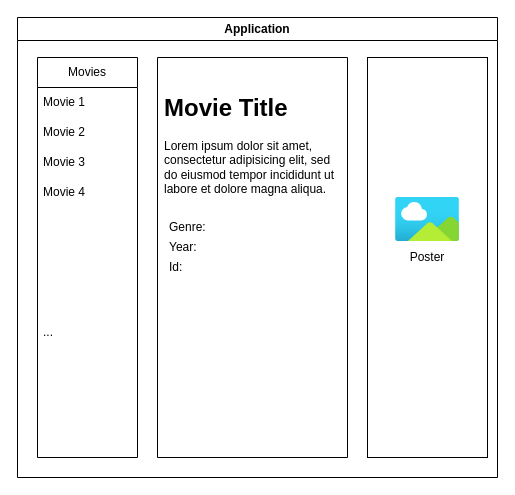
Jonathan-Funk-web/Filmkatalog-React keeps this draw.io diagram as sketch.drawio. Above is the earlier version. Source tidied: cells renumbered, new cells numbered last; positions are measured from the earlier drawing's top-left corner, leaving out a move shared by most shapes. Both pictures are drawn from the tidied source at 100%, with x=0, y=0 at pixel (17, 17).
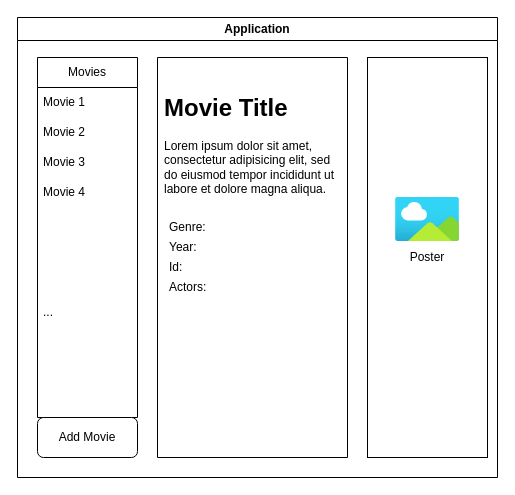
Above is the later version.

Unchanged cells that the change refers to:
```xml
<mxCell id="2" value="Application" style="swimlane;whiteSpace=wrap;html=1;" parent="1" vertex="1">
  <mxGeometry width="480" height="460" as="geometry" />
</mxCell>
<mxCell id="18" style="shape=tableRow;horizontal=0;startSize=0;swimlaneHead=0;swimlaneBody=0;strokeColor=inherit;top=0;left=0;bottom=0;right=0;fillColor=none;fontSize=16;" parent="11" vertex="1">
  <mxGeometry y="60" width="60" height="20" as="geometry" />
</mxCell>
```

What changed in the source:
```diff
@@
     <mxCell id="3" value="Movies" style="swimlane;fontStyle=0;horizontal=1;startSize=30;whiteSpace=wrap;html=1;" parent="2" vertex="1">
-      <mxGeometry x="20" y="40" width="100" height="400" as="geometry" />
+      <mxGeometry x="20" y="40" width="100" height="360" as="geometry" />
     </mxCell>
@@
     <mxCell id="8" value="..." style="text;strokeColor=none;fillColor=none;align=left;verticalAlign=middle;spacingLeft=4;spacingRight=4;overflow=hidden;whiteSpace=wrap;html=1;" parent="3" vertex="1">
-      <mxGeometry y="150" width="100" height="250" as="geometry" />
+      <mxGeometry y="150" width="100" height="210" as="geometry" />
     </mxCell>
@@
-    <mxCell id="19" style="shape=partialRectangle;html=1;whiteSpace=wrap;strokeColor=inherit;overflow=hidden;fillColor=none;top=0;left=0;bottom=0;right=0;fontSize=12;align=left;spacingLeft=5;" parent="18" vertex="1">
+    <mxCell id="19" value="Actors:" style="shape=partialRectangle;html=1;whiteSpace=wrap;strokeColor=inherit;overflow=hidden;fillColor=none;top=0;left=0;bottom=0;right=0;fontSize=12;align=left;spacingLeft=5;" parent="18" vertex="1">
       <mxGeometry width="60" height="20" as="geometry" />
     </mxCell>
@@
+    <mxCell id="22" value="Add Movie" style="rounded=1;whiteSpace=wrap;html=1;" parent="2" vertex="1">
+      <mxGeometry x="20" y="400" width="100" height="40" as="geometry" />
+    </mxCell>
```
